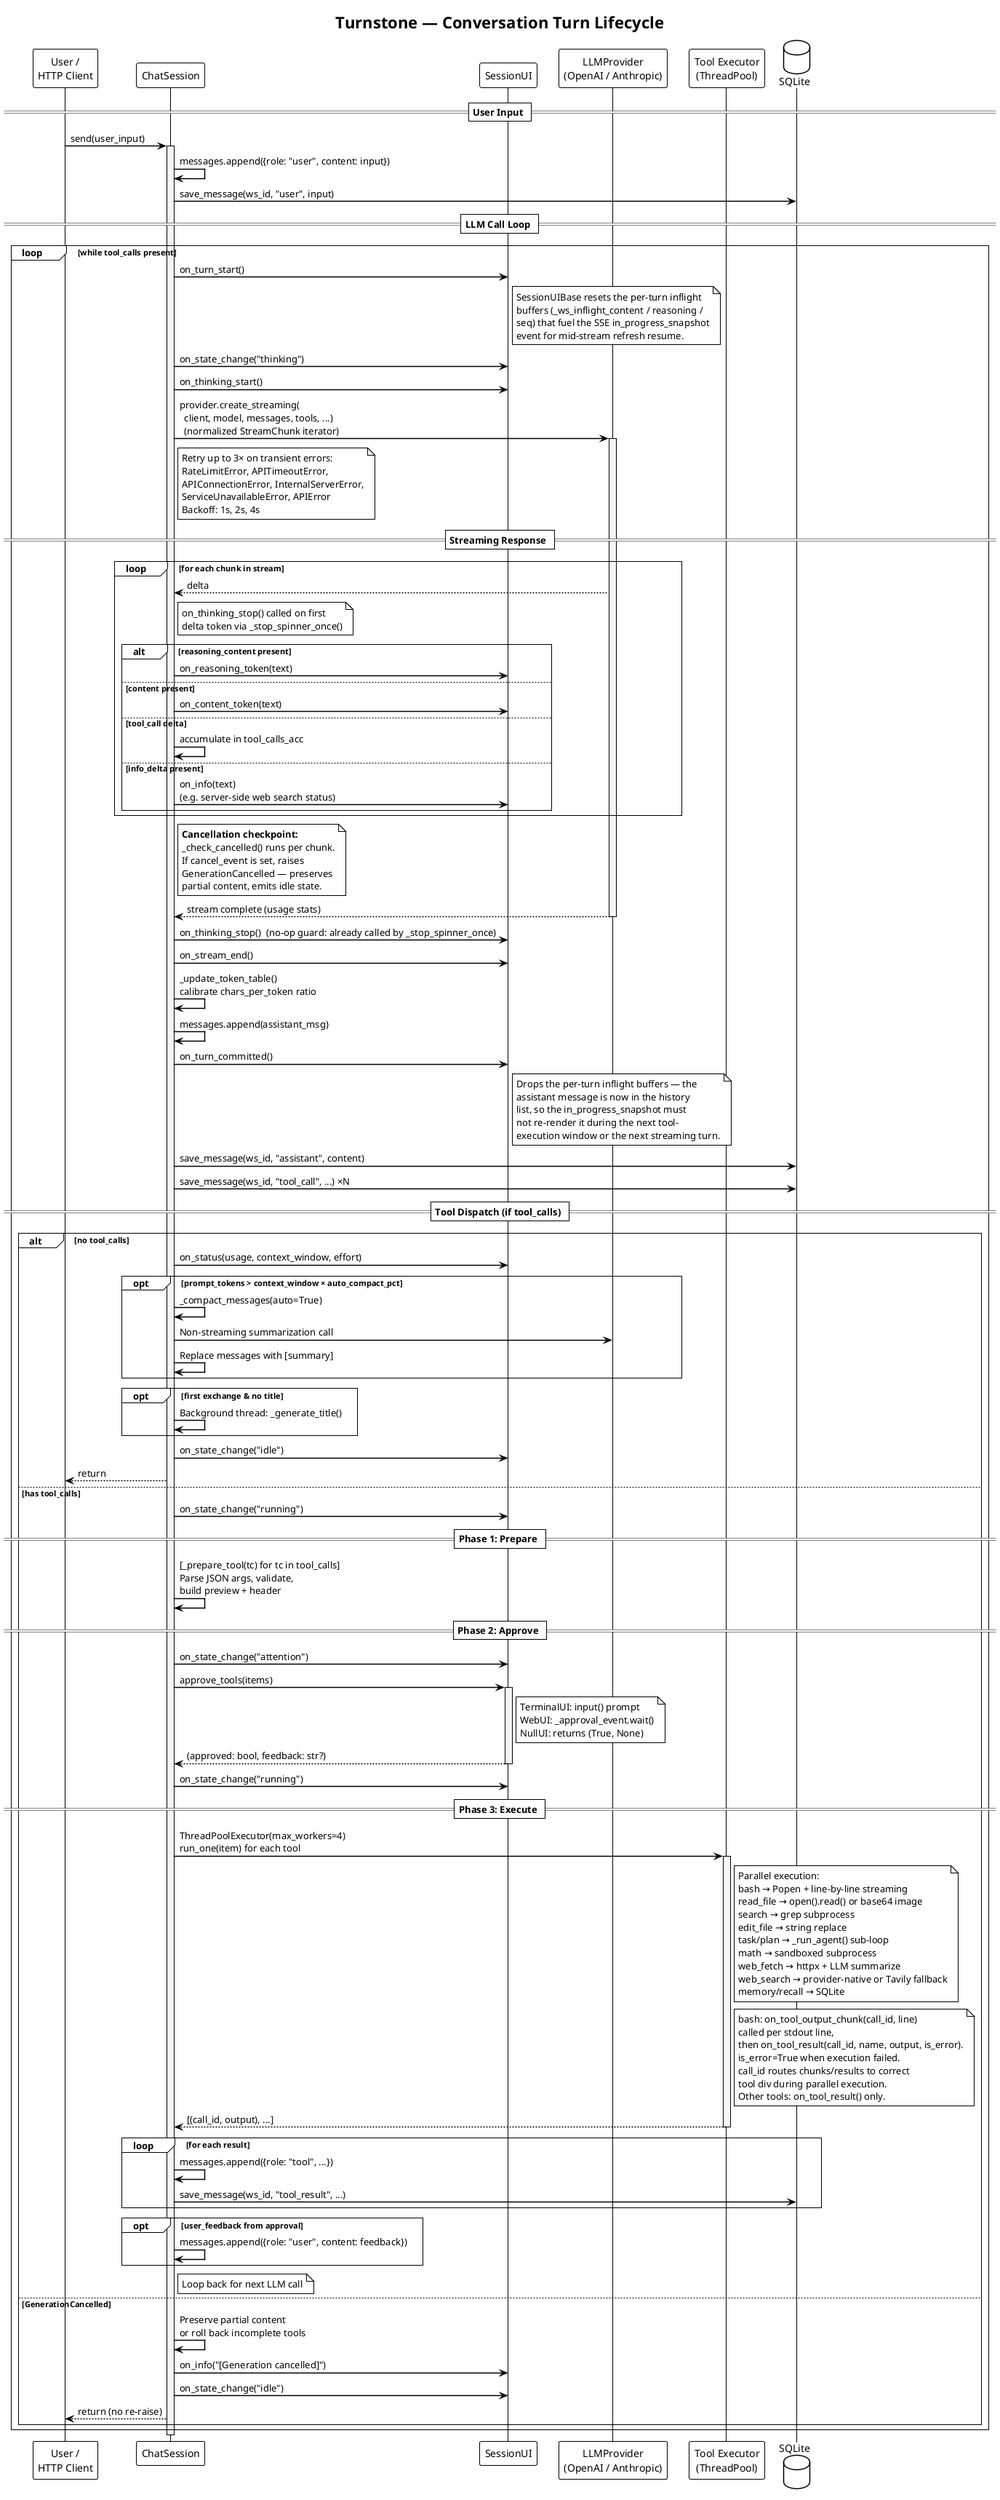
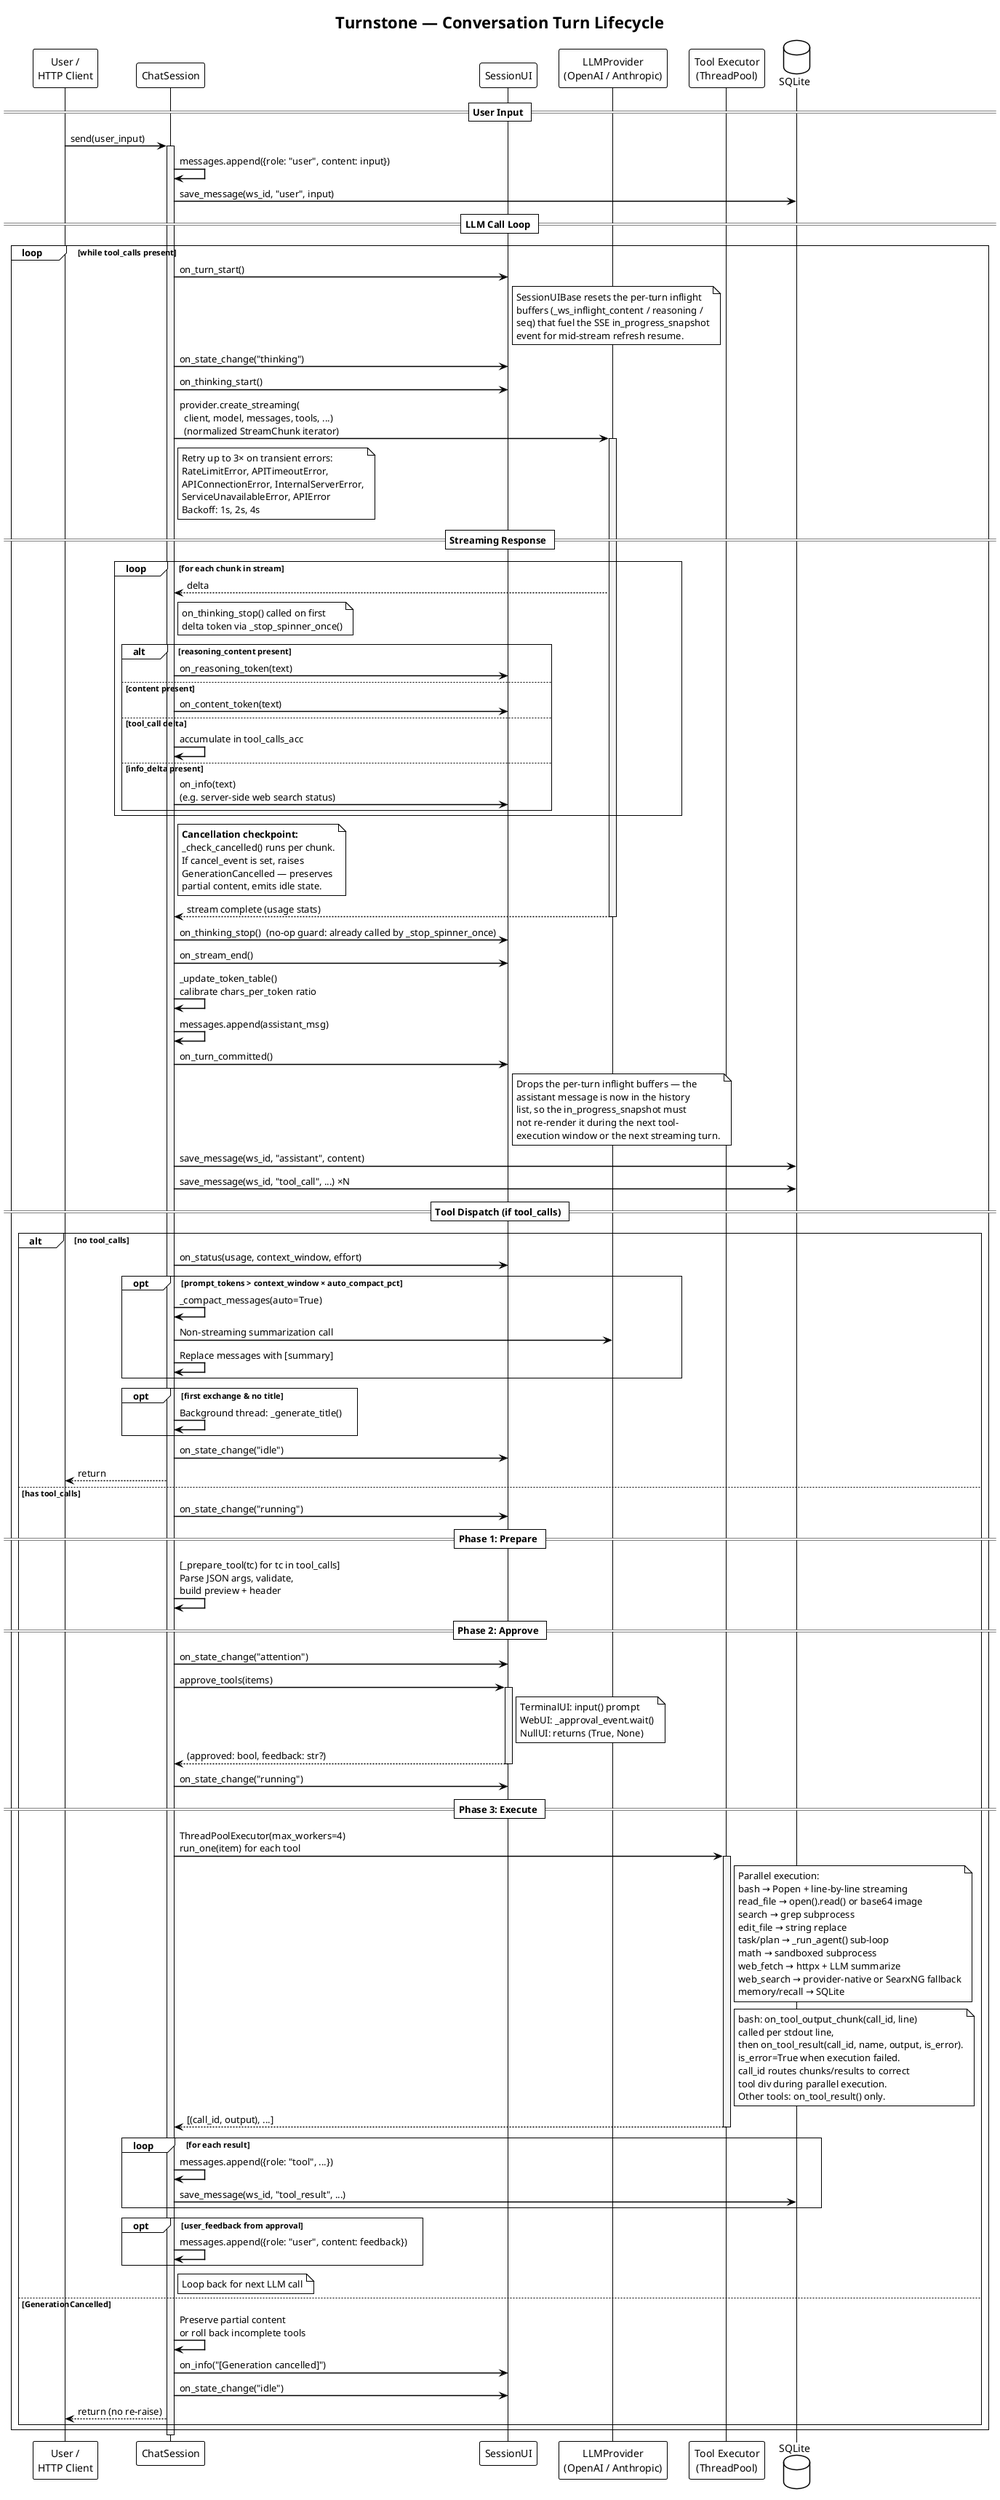
@startuml
!theme plain
title Turnstone — Conversation Turn Lifecycle

skinparam sequenceArrowThickness 1.5
skinparam sequenceLifeLineBackgroundColor #F5F5F5

participant "User /\nHTTP Client" as User
participant "ChatSession" as CS
participant "SessionUI" as UI
participant "LLMProvider\n(OpenAI / Anthropic)" as LLM
participant "Tool Executor\n(ThreadPool)" as TP
database "SQLite" as DB

== User Input ==

User -> CS : send(user_input)
activate CS

CS -> CS : messages.append({role: "user", content: input})
CS -> DB : save_message(ws_id, "user", input)

== LLM Call Loop ==

group loop [while tool_calls present]

    CS -> UI : on_turn_start()
    note right of UI
      SessionUIBase resets the per-turn inflight
      buffers (_ws_inflight_content / reasoning /
      seq) that fuel the SSE in_progress_snapshot
      event for mid-stream refresh resume.
    end note

    CS -> UI : on_state_change("thinking")
    CS -> UI : on_thinking_start()

    CS -> LLM : provider.create_streaming(\n  client, model, messages, tools, ...)\n  (normalized StreamChunk iterator)
    activate LLM

    note right of CS
      Retry up to 3× on transient errors:
      RateLimitError, APITimeoutError,
      APIConnectionError, InternalServerError,
      ServiceUnavailableError, APIError
      Backoff: 1s, 2s, 4s
    end note

    == Streaming Response ==

    loop for each chunk in stream
        LLM --> CS : delta
        note right of CS
          on_thinking_stop() called on first
          delta token via _stop_spinner_once()
        end note
        alt reasoning_content present
            CS -> UI : on_reasoning_token(text)
        else content present
            CS -> UI : on_content_token(text)
        else tool_call delta
            CS -> CS : accumulate in tool_calls_acc
        else info_delta present
            CS -> UI : on_info(text)\n(e.g. server-side web search status)
        end
    end

        note right of CS
          **Cancellation checkpoint:**
          _check_cancelled() runs per chunk.
          If cancel_event is set, raises
          GenerationCancelled — preserves
          partial content, emits idle state.
        end note

    LLM --> CS : stream complete (usage stats)
    deactivate LLM

    CS -> UI : on_thinking_stop()  (no-op guard: already called by _stop_spinner_once)
    CS -> UI : on_stream_end()

    CS -> CS : _update_token_table()\ncalibrate chars_per_token ratio
    CS -> CS : messages.append(assistant_msg)
    CS -> UI : on_turn_committed()
    note right of UI
      Drops the per-turn inflight buffers — the
      assistant message is now in the history
      list, so the in_progress_snapshot must
      not re-render it during the next tool-
      execution window or the next streaming turn.
    end note
    CS -> DB : save_message(ws_id, "assistant", content)
    CS -> DB : save_message(ws_id, "tool_call", ...) ×N

    == Tool Dispatch (if tool_calls) ==

    alt no tool_calls
        CS -> UI : on_status(usage, context_window, effort)

        opt prompt_tokens > context_window × auto_compact_pct
            CS -> CS : _compact_messages(auto=True)
            CS -> LLM : Non-streaming summarization call
            CS -> CS : Replace messages with [summary]
        end

        opt first exchange & no title
            CS -> CS : Background thread: _generate_title()
        end

        CS -> UI : on_state_change("idle")
        CS --> User : return

    else has tool_calls
        CS -> UI : on_state_change("running")

        == Phase 1: Prepare ==
        CS -> CS : [_prepare_tool(tc) for tc in tool_calls]\nParse JSON args, validate,\nbuild preview + header

        == Phase 2: Approve ==
        CS -> UI : on_state_change("attention")
        CS -> UI : approve_tools(items)
        activate UI
        note right of UI
          TerminalUI: input() prompt
          WebUI: _approval_event.wait()
          NullUI: returns (True, None)
        end note
        UI --> CS : (approved: bool, feedback: str?)
        deactivate UI
        CS -> UI : on_state_change("running")

        == Phase 3: Execute ==
        CS -> TP : ThreadPoolExecutor(max_workers=4)\nrun_one(item) for each tool
        activate TP

        note right of TP
          Parallel execution:
          bash → Popen + line-by-line streaming
          read_file → open().read() or base64 image
          search → grep subprocess
          edit_file → string replace
          task/plan → _run_agent() sub-loop
          math → sandboxed subprocess
          web_fetch → httpx + LLM summarize
-           web_search → provider-native or Tavily fallback
+           web_search → provider-native or SearxNG fallback
          memory/recall → SQLite
        end note

        note right of TP
          bash: on_tool_output_chunk(call_id, line)
          called per stdout line,
          then on_tool_result(call_id, name, output, is_error).
          is_error=True when execution failed.
          call_id routes chunks/results to correct
          tool div during parallel execution.
          Other tools: on_tool_result() only.
        end note

        TP --> CS : [(call_id, output), ...]
        deactivate TP

        loop for each result
            CS -> CS : messages.append({role: "tool", ...})
            CS -> DB : save_message(ws_id, "tool_result", ...)
        end

        opt user_feedback from approval
            CS -> CS : messages.append({role: "user", content: feedback})
        end

        note right of CS : Loop back for next LLM call

    else GenerationCancelled
        CS -> CS : Preserve partial content\nor roll back incomplete tools
        CS -> UI : on_info("[Generation cancelled]")
        CS -> UI : on_state_change("idle")
        CS --> User : return (no re-raise)
    end

end

deactivate CS

@enduml
